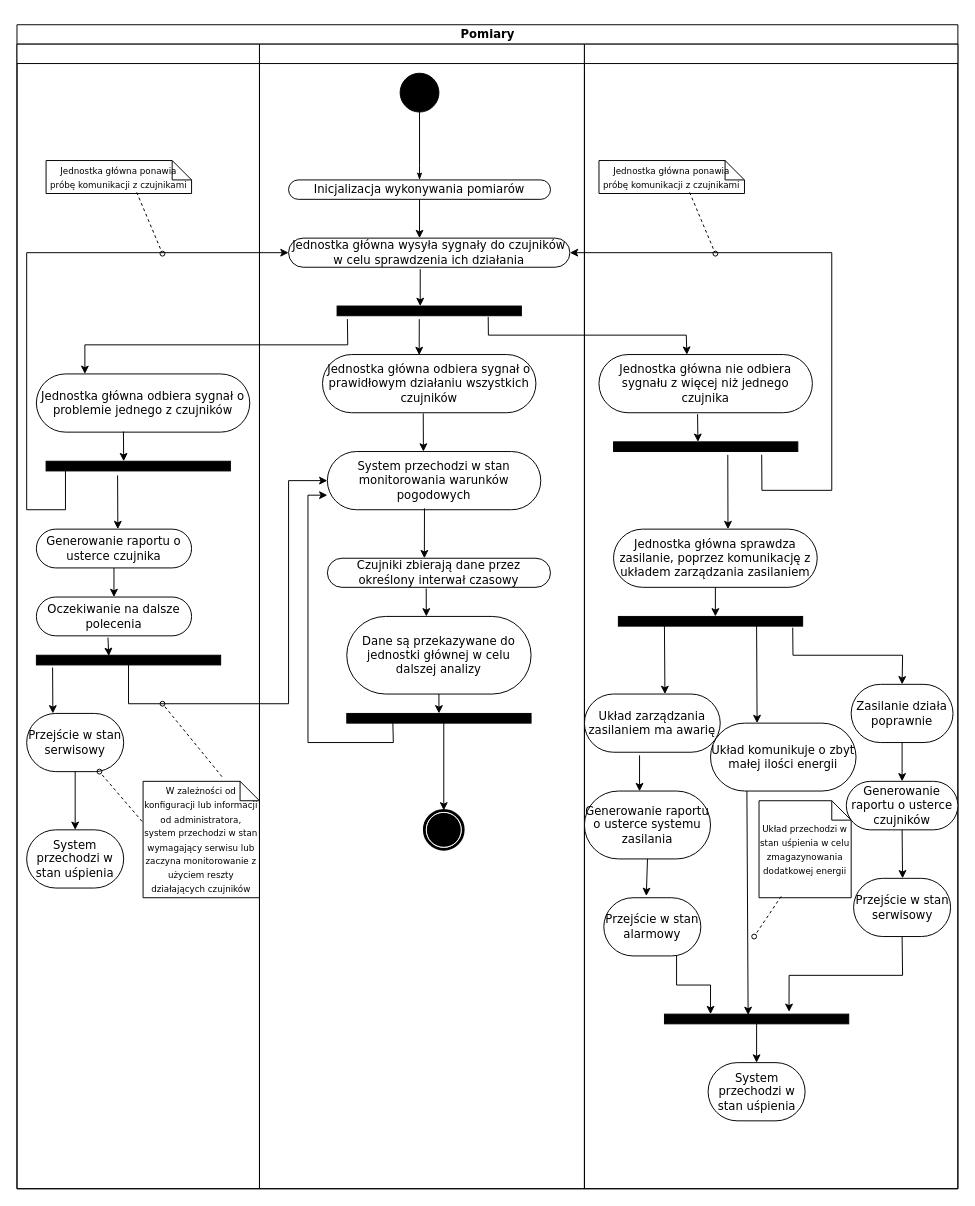
The draw.io diagram pomiary.drawio in zawoj/Wbudowane, before the edit. Source tidied: cells renumbered, new cells numbered last; positions are measured from the earlier drawing's top-left corner, leaving out a move shared by most shapes. Both pictures are drawn from the tidied source at 97%, with x=0, y=0 at pixel (16, 24).
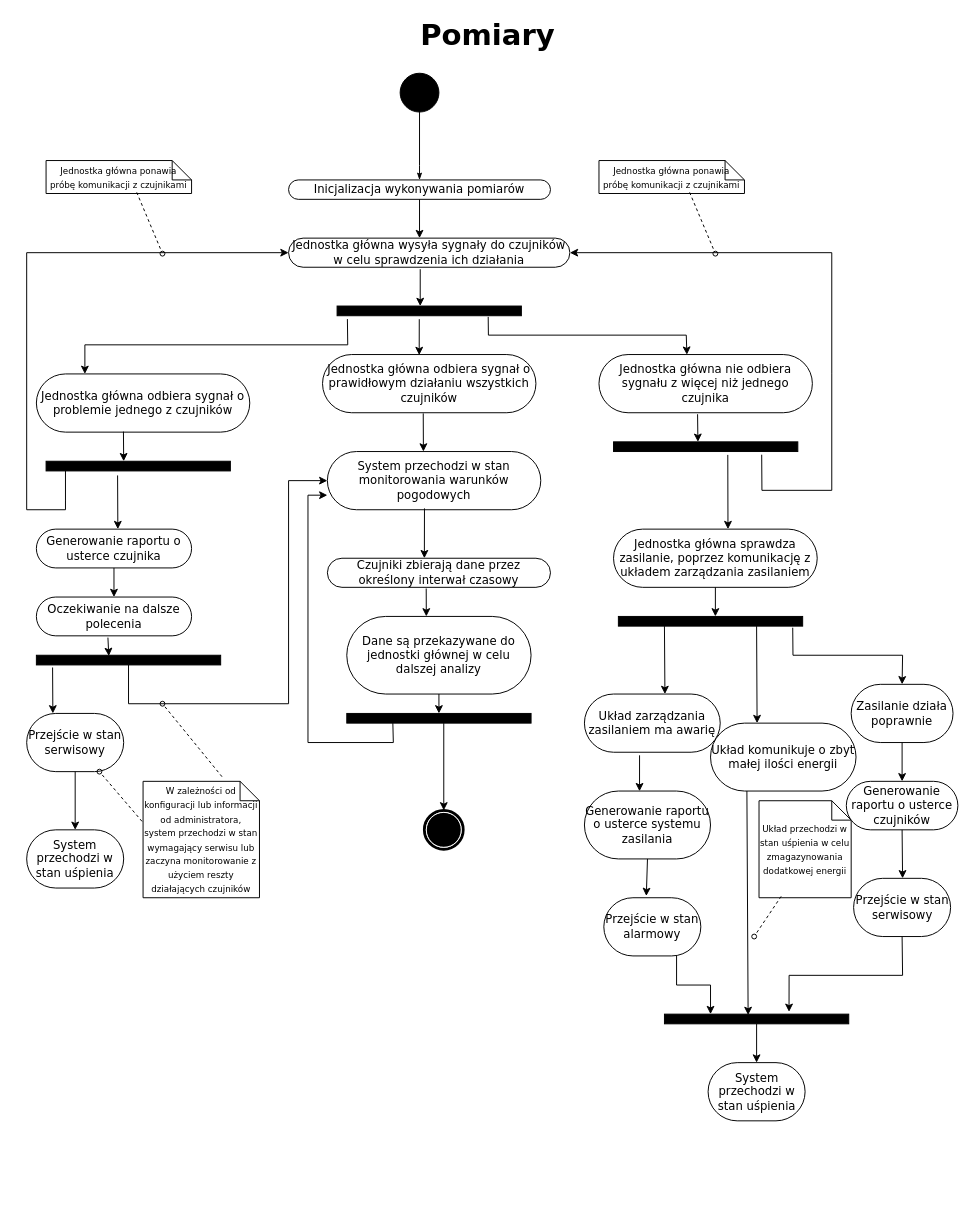
The same diagram, later.

Commit message:
pomiary nowe style

What changed in the source:
```diff
@@
-    <mxCell id="2" value="Pomiary" style="swimlane;html=1;startSize=20;rounded=0;shadow=0;comic=0;labelBackgroundColor=none;strokeWidth=1;fontFamily=Verdana;fontSize=12;align=center;" parent="1" vertex="1">
+    <mxCell id="2" value="&lt;font style=&quot;font-size: 30px;&quot;&gt;Pomiary&lt;/font&gt;" style="swimlane;html=1;startSize=20;rounded=0;shadow=0;comic=0;labelBackgroundColor=none;strokeWidth=1;fontFamily=Verdana;fontSize=12;align=center;fillColor=none;strokeColor=none;" parent="1" vertex="1">
       <mxGeometry width="970" height="1200" as="geometry" />
     </mxCell>
-    <mxCell id="3" style="swimlane;html=1;startSize=20;" parent="2" vertex="1">
+    <mxCell id="3" style="swimlane;html=1;startSize=20;fillColor=none;strokeColor=none;" parent="2" vertex="1">
       <mxGeometry y="20" width="250" height="1180" as="geometry" />
     </mxCell>
@@
-    <mxCell id="22" style="swimlane;html=1;startSize=20;" parent="2" vertex="1">
+    <mxCell id="22" style="swimlane;html=1;startSize=20;fillColor=none;strokeColor=none;" parent="2" vertex="1">
       <mxGeometry x="250" y="20" width="335" height="1180" as="geometry" />
     </mxCell>
@@
-    <mxCell id="49" style="swimlane;html=1;startSize=20;" parent="2" vertex="1">
+    <mxCell id="49" style="swimlane;html=1;startSize=20;fillColor=none;strokeColor=none;" parent="2" vertex="1">
       <mxGeometry x="585" y="20" width="385" height="1180" as="geometry" />
     </mxCell>
```
